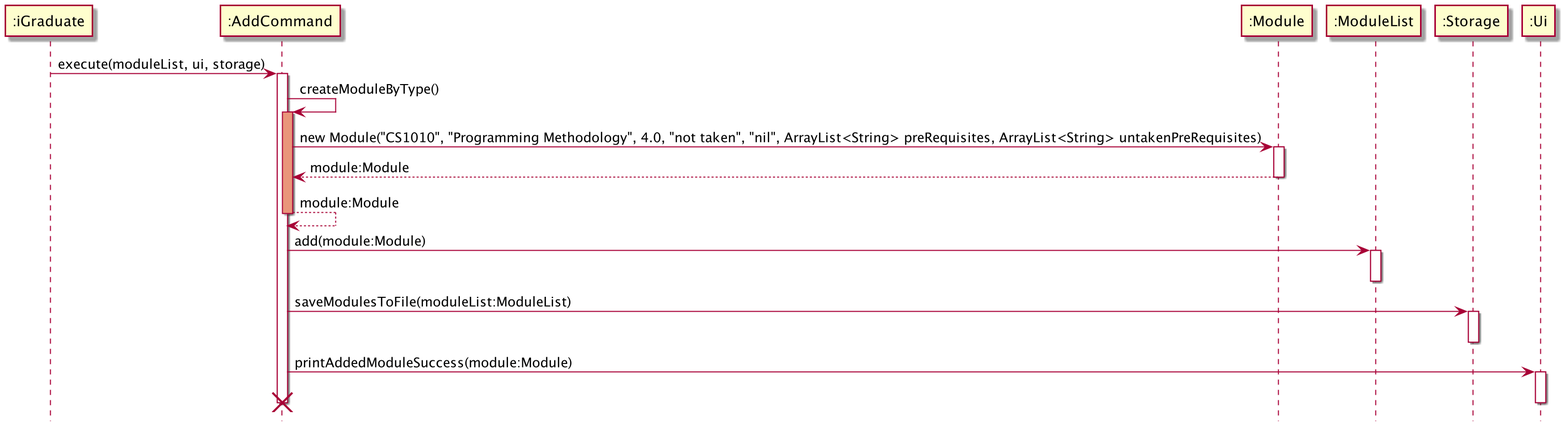
Before: docs/images/AddCommandSequenceDiagram.png, a diagram exported from PlantUML (oscarlai1998/tp).
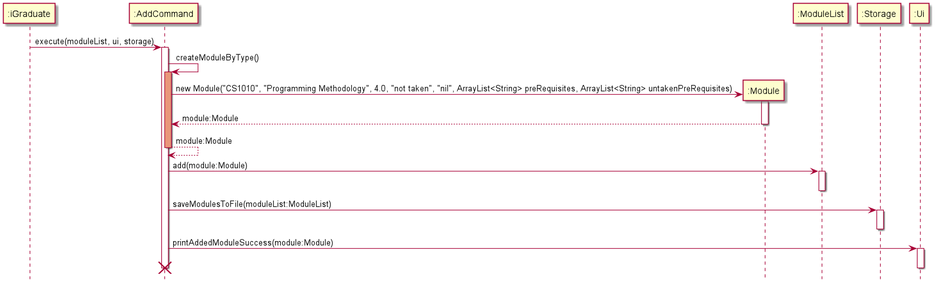
After the change.

Change to the diagram source:
```diff
@@ -13,6 +13,7 @@
 
 AddCommand -> AddCommand: createModuleByType()
 activate AddCommand #DarkSalmon
+create Module
 AddCommand -> Module: new Module("CS1010", "Programming Methodology", 4.0, "not taken", "nil", ArrayList<String> preRequisites, ArrayList<String> untakenPreRequisites)
 activate Module
 return module:Module
```
